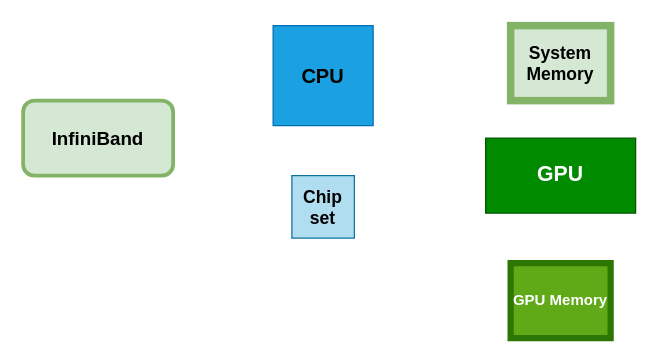
bengisuelis/Drawings keeps this draw.io diagram as page "Page-1" (1 of 2) of DirectRDMA.drawio. Above is the earlier version. Source tidied: cells renumbered, new cells numbered last; positions are measured from the earlier drawing's top-left corner, leaving out a move shared by most shapes. Both pictures are drawn from the tidied source at 125%, with x=0, y=0 at pixel (22, 25).
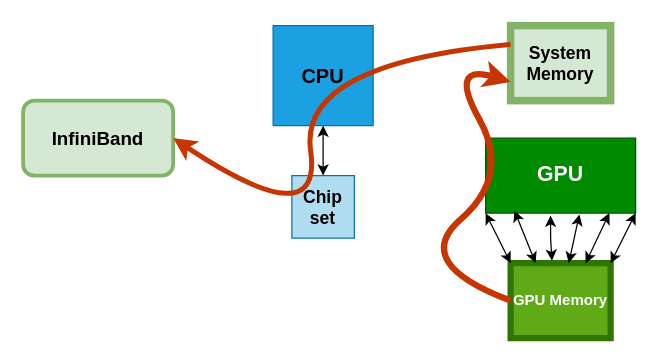
After the change.

The change refers to these unchanged cells:
```xml
<mxCell id="2" value="&lt;b&gt;GPU Memory&lt;/b&gt;" style="rounded=0;whiteSpace=wrap;html=1;fillColor=#60a917;strokeColor=#2D7600;fontColor=#ffffff;strokeWidth=5;" parent="1" vertex="1">
  <mxGeometry x="390" y="190" width="80" height="60" as="geometry" />
</mxCell>
<mxCell id="3" value="&lt;b&gt;&lt;font style=&quot;font-size: 17px;&quot;&gt;GPU&lt;/font&gt;&lt;/b&gt;" style="rounded=0;whiteSpace=wrap;html=1;fillColor=#008a00;strokeColor=#005700;fontColor=#ffffff;" parent="1" vertex="1">
  <mxGeometry x="370" y="90" width="120" height="60" as="geometry" />
</mxCell>
<mxCell id="4" value="&lt;b&gt;&lt;font style=&quot;font-size: 14px;&quot;&gt;System Memory&lt;/font&gt;&lt;/b&gt;" style="rounded=0;whiteSpace=wrap;html=1;fillColor=#d5e8d4;strokeColor=#82b366;strokeWidth=6;" parent="1" vertex="1">
  <mxGeometry x="390" width="80" height="60" as="geometry" />
</mxCell>
<mxCell id="5" value="&lt;b&gt;&lt;font style=&quot;font-size: 14px;&quot;&gt;Chip set&lt;/font&gt;&lt;/b&gt;" style="rounded=0;whiteSpace=wrap;html=1;fillColor=#b1ddf0;strokeColor=#10739e;" parent="1" vertex="1">
  <mxGeometry x="215" y="120" width="50" height="50" as="geometry" />
</mxCell>
<mxCell id="6" value="&lt;b&gt;&lt;font style=&quot;font-size: 16px; color: rgb(0, 0, 0);&quot;&gt;CPU&lt;/font&gt;&lt;/b&gt;" style="whiteSpace=wrap;html=1;fillColor=#1ba1e2;fontColor=#ffffff;strokeColor=#006EAF;" parent="1" vertex="1">
  <mxGeometry x="200" width="80" height="80" as="geometry" />
</mxCell>
<mxCell id="7" value="&lt;b&gt;&lt;font style=&quot;font-size: 15px;&quot;&gt;InfiniBand&lt;/font&gt;&lt;/b&gt;" style="rounded=1;whiteSpace=wrap;html=1;fillColor=#d5e8d4;strokeColor=#82b366;strokeWidth=3;" parent="1" vertex="1">
  <mxGeometry y="60" width="120" height="60" as="geometry" />
</mxCell>
```

Diff of the diagram source:
```diff
@@
+    <mxCell id="8" style="endArrow=classic;startArrow=classic;html=1;rounded=0;entryX=0;entryY=1;entryDx=0;entryDy=0;exitX=0;exitY=0;exitDx=0;exitDy=0;" parent="1" edge="1" source="2" target="3">
+      <mxGeometry relative="1" as="geometry" />
+    </mxCell>
+    <mxCell id="9" style="endArrow=classic;startArrow=classic;html=1;rounded=0;entryX=0.192;entryY=0.967;entryDx=0;entryDy=0;exitX=0.25;exitY=0;exitDx=0;exitDy=0;entryPerimeter=0;" parent="1" edge="1" source="2" target="3">
+      <mxGeometry relative="1" as="geometry" />
+    </mxCell>
+    <mxCell id="10" style="endArrow=classic;startArrow=classic;html=1;rounded=0;entryX=0.433;entryY=1.033;entryDx=0;entryDy=0;entryPerimeter=0;exitX=0.413;exitY=-0.033;exitDx=0;exitDy=0;exitPerimeter=0;" parent="1" edge="1" source="2" target="3">
+      <mxGeometry relative="1" as="geometry">
+        <Array as="points">
+          <mxPoint x="422" y="170" />
+        </Array>
+      </mxGeometry>
+    </mxCell>
+    <mxCell id="11" style="endArrow=classic;startArrow=classic;html=1;rounded=0;entryX=0.625;entryY=1.017;entryDx=0;entryDy=0;entryPerimeter=0;" parent="1" edge="1" source="2" target="3">
+      <mxGeometry relative="1" as="geometry" />
+    </mxCell>
+    <mxCell id="12" style="endArrow=classic;startArrow=classic;html=1;rounded=0;entryX=0.825;entryY=1;entryDx=0;entryDy=0;exitX=0.75;exitY=0;exitDx=0;exitDy=0;entryPerimeter=0;" parent="1" edge="1" source="2" target="3">
+      <mxGeometry relative="1" as="geometry" />
+    </mxCell>
+    <mxCell id="13" style="endArrow=classic;startArrow=classic;html=1;rounded=0;entryX=1;entryY=1;entryDx=0;entryDy=0;exitX=1;exitY=0;exitDx=0;exitDy=0;" parent="1" edge="1" source="2" target="3">
+      <mxGeometry relative="1" as="geometry" />
+    </mxCell>
+    <mxCell id="14" style="curved=1;endArrow=classic;html=1;rounded=0;exitX=0;exitY=0.5;exitDx=0;exitDy=0;entryX=0;entryY=0.75;entryDx=0;entryDy=0;strokeColor=#C73500;fillColor=#fa6800;strokeWidth=5;" parent="1" edge="1" source="2" target="4">
+      <mxGeometry relative="1" as="geometry">
+        <Array as="points">
+          <mxPoint x="310" y="190" />
+          <mxPoint x="390" y="120" />
+          <mxPoint x="340" y="30" />
+        </Array>
+      </mxGeometry>
+    </mxCell>
+    <mxCell id="15" style="endArrow=classic;html=1;rounded=0;fillColor=#fa6800;strokeColor=#C73500;entryX=1;entryY=0.5;entryDx=0;entryDy=0;exitX=0;exitY=0.25;exitDx=0;exitDy=0;curved=1;strokeWidth=4;" parent="1" edge="1" source="4" target="7">
+      <mxGeometry relative="1" as="geometry">
+        <Array as="points">
+          <mxPoint x="220" y="30" />
+          <mxPoint x="240" y="170" />
+        </Array>
+      </mxGeometry>
+    </mxCell>
+    <mxCell id="16" style="endArrow=classic;startArrow=classic;html=1;rounded=0;entryX=0.5;entryY=1;entryDx=0;entryDy=0;" parent="1" edge="1" source="5" target="6">
+      <mxGeometry relative="1" as="geometry" />
+    </mxCell>
```
